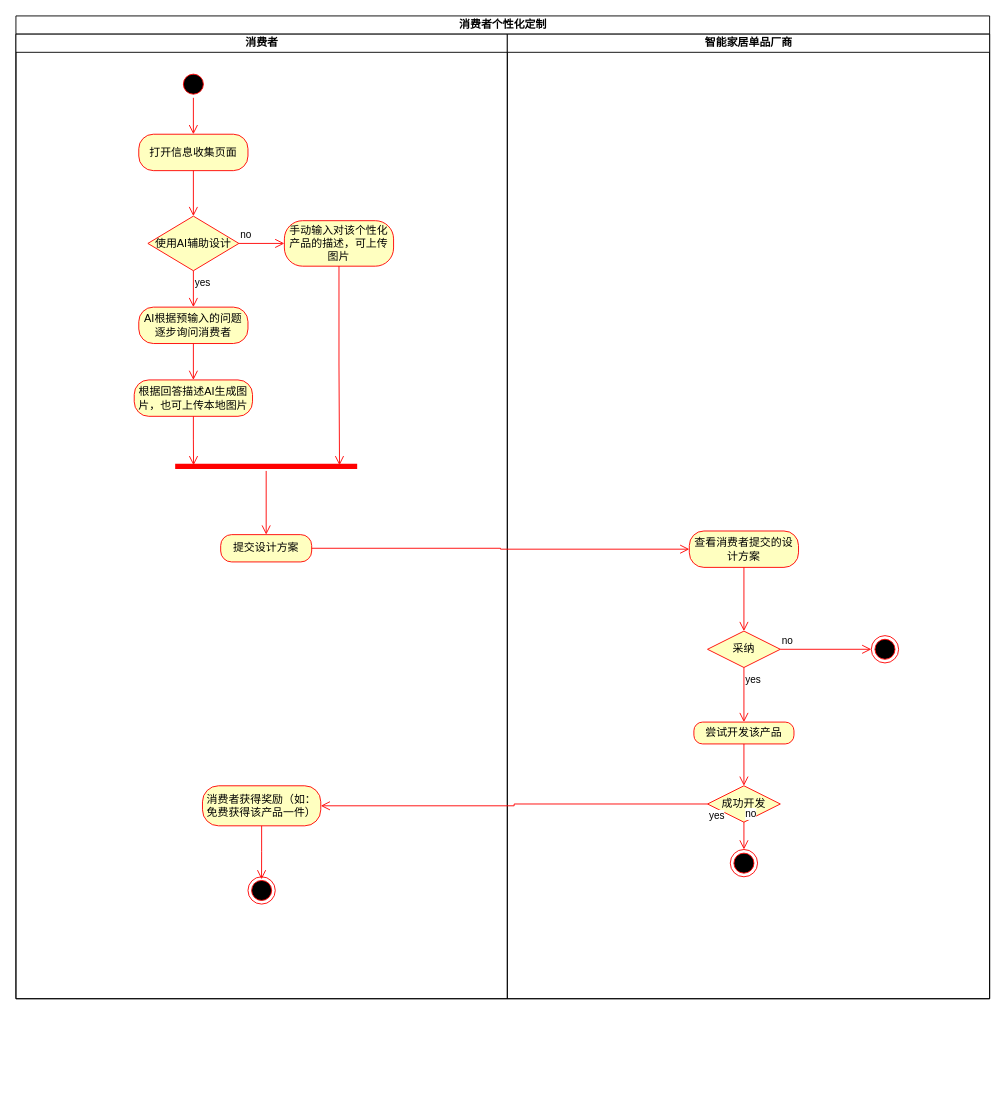
This is page "消费者个性化定制" (9 of 9) of 毕设/活动图.drawio from 2919282119/charts, a draw.io file, before an edit. Source tidied: cells renumbered, new cells numbered last; positions are measured from the earlier drawing's top-left corner, leaving out a move shared by most shapes. Both pictures are drawn from the tidied source at 91%, with x=0, y=0 at pixel (15, 15).
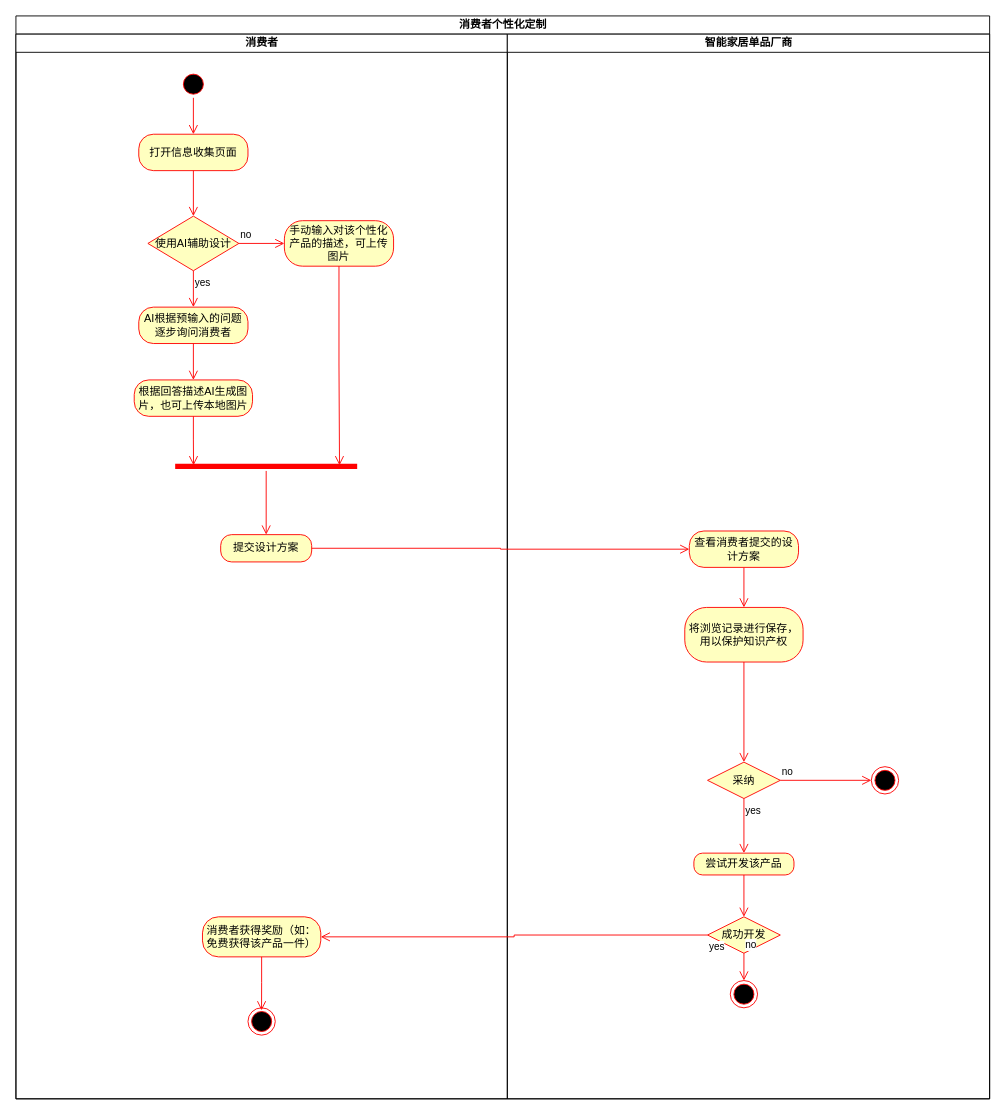
The same page after the edit.

What changed in the source:
```diff
@@
     <mxCell id="2" value="消费者个性化定制" style="swimlane;startSize=20;html=1;" parent="1" vertex="1">
-      <mxGeometry width="1070" height="1080" as="geometry" />
+      <mxGeometry width="1070" height="1190" as="geometry" />
     </mxCell>
     <mxCell id="3" value="消费者" style="swimlane;startSize=20;html=1;" parent="2" vertex="1">
-      <mxGeometry y="20" width="540" height="1060" as="geometry" />
+      <mxGeometry y="20" width="540" height="1170" as="geometry" />
     </mxCell>
@@
+    <mxCell id="23" value="智能家居单品厂商" style="swimlane;startSize=20;html=1;" parent="2" vertex="1">
+      <mxGeometry x="540" y="20" width="530" height="1170" as="geometry" />
+    </mxCell>
+    <mxCell id="37" style="edgeStyle=orthogonalEdgeStyle;shape=connector;rounded=0;jettySize=auto;html=1;strokeColor=#ff0000;align=center;verticalAlign=bottom;fontFamily=Helvetica;fontSize=11;fontColor=default;labelBackgroundColor=default;endArrow=open;endSize=8;" parent="23" edge="1" source="24" target="39">
+      <mxGeometry relative="1" as="geometry" />
+    </mxCell>
+    <mxCell id="24" value="查看消费者提交的设计方案" style="rounded=1;whiteSpace=wrap;html=1;arcSize=40;fontColor=#000000;fillColor=#ffffc0;strokeColor=#ff0000;" parent="23" vertex="1">
+      <mxGeometry x="200" y="546" width="120" height="40" as="geometry" />
+    </mxCell>
-    <mxCell id="20" value="消费者获得奖励（如：免费获得该产品一件）" style="rounded=1;whiteSpace=wrap;html=1;arcSize=40;fontColor=#000000;fillColor=#ffffc0;strokeColor=#ff0000;" parent="3" vertex="1">
-      <mxGeometry x="205" y="826" width="130" height="44" as="geometry" />
+    <mxCell id="20" value="消费者获得奖励（如：免费获得该产品一件）" style="rounded=1;whiteSpace=wrap;html=1;arcSize=40;fontColor=#000000;fillColor=#ffffc0;strokeColor=#ff0000;" parent="23" vertex="1">
+      <mxGeometry x="-335" y="970" width="130" height="44" as="geometry" />
     </mxCell>
-    <mxCell id="21" style="edgeStyle=orthogonalEdgeStyle;html=1;verticalAlign=bottom;endArrow=open;endSize=8;strokeColor=#ff0000;rounded=0;entryX=0.497;entryY=0.094;entryDx=0;entryDy=0;entryPerimeter=0;" parent="3" edge="1" source="20" target="22">
+    <mxCell id="21" style="edgeStyle=orthogonalEdgeStyle;html=1;verticalAlign=bottom;endArrow=open;endSize=8;strokeColor=#ff0000;rounded=0;entryX=0.497;entryY=0.094;entryDx=0;entryDy=0;entryPerimeter=0;" parent="23" edge="1" source="20" target="22">
       <mxGeometry relative="1" as="geometry" />
     </mxCell>
-    <mxCell id="22" style="ellipse;html=1;shape=endState;fillColor=#000000;strokeColor=#ff0000;" parent="3" vertex="1">
-      <mxGeometry x="255" y="926" width="30" height="30" as="geometry" />
+    <mxCell id="22" style="ellipse;html=1;shape=endState;fillColor=#000000;strokeColor=#ff0000;" parent="23" vertex="1">
+      <mxGeometry x="-285" y="1070" width="30" height="30" as="geometry" />
     </mxCell>
-    <mxCell id="23" value="智能家居单品厂商" style="swimlane;startSize=20;html=1;" parent="2" vertex="1">
-      <mxGeometry x="540" y="20" width="530" height="1060" as="geometry" />
-    </mxCell>
-    <mxCell id="24" value="查看消费者提交的设计方案" style="rounded=1;whiteSpace=wrap;html=1;arcSize=40;fontColor=#000000;fillColor=#ffffc0;strokeColor=#ff0000;" parent="23" vertex="1">
-      <mxGeometry x="200" y="546" width="120" height="40" as="geometry" />
-    </mxCell>
-    <mxCell id="25" style="edgeStyle=orthogonalEdgeStyle;html=1;verticalAlign=bottom;endArrow=open;endSize=8;strokeColor=#ff0000;rounded=0;entryX=0.5;entryY=0;entryDx=0;entryDy=0;" parent="23" edge="1" source="24" target="26">
-      <mxGeometry relative="1" as="geometry" />
-    </mxCell>
     <mxCell id="26" value="采纳" style="rhombus;whiteSpace=wrap;html=1;fontColor=#000000;fillColor=#ffffc0;strokeColor=#ff0000;" parent="23" vertex="1">
-      <mxGeometry x="220" y="656" width="80" height="40" as="geometry" />
+      <mxGeometry x="220" y="800" width="80" height="40" as="geometry" />
     </mxCell>
@@
     <mxCell id="29" style="ellipse;html=1;shape=endState;fillColor=#000000;strokeColor=#ff0000;" parent="23" vertex="1">
-      <mxGeometry x="400" y="661" width="30" height="30" as="geometry" />
+      <mxGeometry x="400" y="805" width="30" height="30" as="geometry" />
     </mxCell>
     <mxCell id="30" value="尝试开发该产品" style="rounded=1;whiteSpace=wrap;html=1;arcSize=40;fontColor=#000000;fillColor=#ffffc0;strokeColor=#ff0000;" parent="23" vertex="1">
-      <mxGeometry x="205" y="756" width="110" height="24" as="geometry" />
+      <mxGeometry x="205" y="900" width="110" height="24" as="geometry" />
     </mxCell>
@@
     <mxCell id="32" value="成功开发" style="rhombus;whiteSpace=wrap;html=1;fontColor=#000000;fillColor=#ffffc0;strokeColor=#ff0000;" parent="23" vertex="1">
-      <mxGeometry x="220" y="826" width="80" height="40" as="geometry" />
+      <mxGeometry x="220" y="970" width="80" height="40" as="geometry" />
     </mxCell>
@@
     <mxCell id="34" style="ellipse;html=1;shape=endState;fillColor=#000000;strokeColor=#ff0000;" parent="23" vertex="1">
-      <mxGeometry x="245" y="896" width="30" height="30" as="geometry" />
+      <mxGeometry x="245" y="1040" width="30" height="30" as="geometry" />
     </mxCell>
+    <mxCell id="36" value="yes" style="edgeStyle=orthogonalEdgeStyle;html=1;align=left;verticalAlign=top;endArrow=open;endSize=8;strokeColor=#ff0000;rounded=0;" parent="23" edge="1" source="32" target="20">
+      <mxGeometry x="-1" relative="1" as="geometry" />
+    </mxCell>
+    <mxCell id="38" style="edgeStyle=orthogonalEdgeStyle;shape=connector;rounded=0;jettySize=auto;html=1;entryX=0.5;entryY=0;entryDx=0;entryDy=0;strokeColor=#ff0000;align=center;verticalAlign=bottom;fontFamily=Helvetica;fontSize=11;fontColor=default;labelBackgroundColor=default;endArrow=open;endSize=8;" parent="23" edge="1" source="39" target="26">
+      <mxGeometry relative="1" as="geometry" />
+    </mxCell>
+    <mxCell id="39" value="将浏览记录进行保存，用以保护知识产权" style="whiteSpace=wrap;html=1;fillColor=#ffffc0;strokeColor=#ff0000;fontColor=#000000;rounded=1;arcSize=40;" parent="23" vertex="1">
+      <mxGeometry x="195" y="630" width="130" height="60" as="geometry" />
+    </mxCell>
@@
-    <mxCell id="36" value="yes" style="edgeStyle=orthogonalEdgeStyle;html=1;align=left;verticalAlign=top;endArrow=open;endSize=8;strokeColor=#ff0000;rounded=0;" parent="2" edge="1" source="32" target="20">
-      <mxGeometry x="-1" relative="1" as="geometry" />
-    </mxCell>
```
